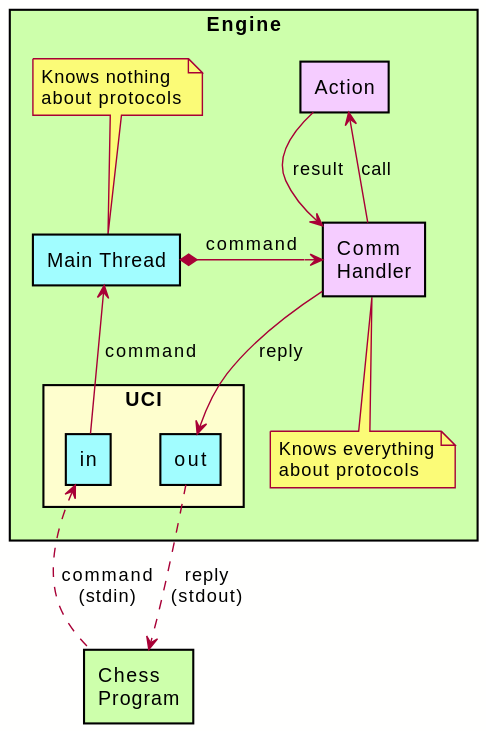
Above: src/diagrams/comm_threads.svg in mvanthoor/rustic-book (PlantUML), before the change.
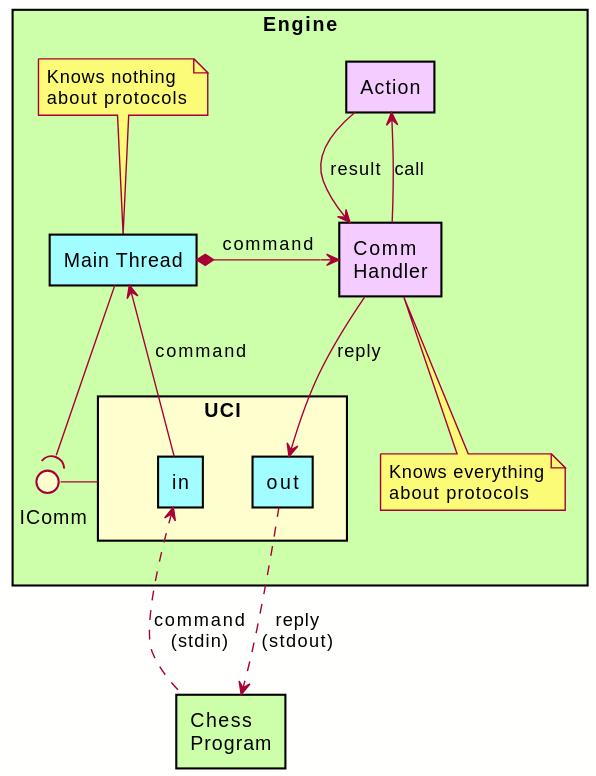
The same diagram one commit later.

The edit, as a diff of the source:
```diff
@@ -17,6 +17,8 @@
         component "out" as Out #a1fdff
         component "in" as In #a1fdff
     }
+
+    interface "  IComm" as IComm
 }
 component "Chess\nProgram" as GUI #cdffab
 
@@ -27,6 +29,8 @@
 Main <-- In : " command"
 In <.. GUI : "command\n(stdin)"
 Out ..> GUI : "reply\n(stdout)"
+Uci -left- IComm
+Main --( IComm
 
 Main .up. n1
 Handler .. n2
```
